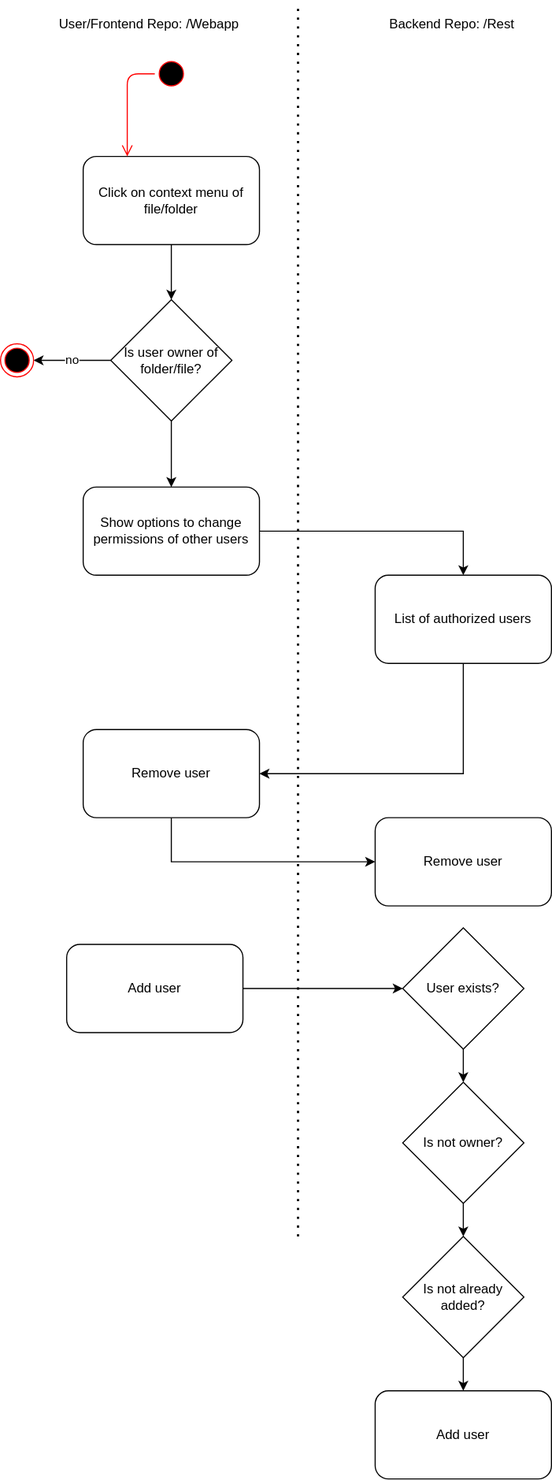
The draw.io diagram assets/diagrams/activity/crudPermissions.svg in FileFighter/filefighter.github.io, before a commit. Source tidied: cells renumbered, new cells last; positions are measured from the earlier drawing's top-left corner, leaving out a move shared by most shapes. Source of this version:
```xml
<mxGraphModel>
  <root>
    <mxCell id="0" />
    <mxCell id="1" parent="0" />
    <mxCell id="2" style="endArrow=none;dashed=1;html=1;dashPattern=1 3;strokeWidth=2;" parent="1" edge="1">
      <mxGeometry relative="1" as="geometry">
        <mxPoint x="270" y="1120" as="sourcePoint" />
        <mxPoint x="270" as="targetPoint" />
      </mxGeometry>
    </mxCell>
    <mxCell id="3" value="User/Frontend Repo: /Webapp" style="text;html=1;strokeColor=none;fillColor=none;align=center;verticalAlign=middle;whiteSpace=wrap;rounded=0;" parent="1" vertex="1">
      <mxGeometry x="50" y="10" width="170" height="20" as="geometry" />
    </mxCell>
    <mxCell id="4" value="Backend Repo: /Rest" style="text;html=1;strokeColor=none;fillColor=none;align=center;verticalAlign=middle;whiteSpace=wrap;rounded=0;" parent="1" vertex="1">
      <mxGeometry x="330" y="10" width="160" height="20" as="geometry" />
    </mxCell>
    <mxCell id="5" style="edgeStyle=orthogonalEdgeStyle;rounded=0;jettySize=auto;html=1;exitX=0.5;exitY=1;exitDx=0;exitDy=0;entryX=0.5;entryY=0;entryDx=0;entryDy=0;" parent="1" edge="1" source="6" target="11">
      <mxGeometry relative="1" as="geometry" />
    </mxCell>
    <mxCell id="6" value="Click on context menu of file/folder" style="shape=rect;html=1;rounded=1;whiteSpace=wrap;align=center;" parent="1" vertex="1">
      <mxGeometry x="75" y="140" width="160" height="80" as="geometry" />
    </mxCell>
    <mxCell id="7" style="ellipse;html=1;shape=startState;fillColor=#000000;strokeColor=#ff0000;" parent="1" vertex="1">
      <mxGeometry x="140" y="50" width="30" height="30" as="geometry" />
    </mxCell>
    <mxCell id="8" style="edgeStyle=orthogonalEdgeStyle;html=1;verticalAlign=bottom;endArrow=open;endSize=8;strokeColor=#ff0000;" parent="1" edge="1" source="7">
      <mxGeometry relative="1" as="geometry">
        <mxPoint x="115" y="140" as="targetPoint" />
      </mxGeometry>
    </mxCell>
    <mxCell id="9" value="no" style="edgeStyle=orthogonalEdgeStyle;rounded=0;jettySize=auto;html=1;exitX=0;exitY=0.5;exitDx=0;exitDy=0;" parent="1" edge="1" source="11" target="12">
      <mxGeometry relative="1" as="geometry" />
    </mxCell>
    <mxCell id="10" style="edgeStyle=orthogonalEdgeStyle;rounded=0;jettySize=auto;html=1;exitX=0.5;exitY=1;exitDx=0;exitDy=0;entryX=0.5;entryY=0;entryDx=0;entryDy=0;" parent="1" edge="1" source="11" target="14">
      <mxGeometry relative="1" as="geometry" />
    </mxCell>
    <mxCell id="11" value="Is user owner of folder/file?" style="rhombus;whiteSpace=wrap;html=1;" parent="1" vertex="1">
      <mxGeometry x="100" y="270" width="110" height="110" as="geometry" />
    </mxCell>
    <mxCell id="12" style="ellipse;html=1;shape=endState;fillColor=#000000;strokeColor=#ff0000;" parent="1" vertex="1">
      <mxGeometry y="310" width="30" height="30" as="geometry" />
    </mxCell>
    <mxCell id="13" style="edgeStyle=orthogonalEdgeStyle;rounded=0;jettySize=auto;html=1;exitX=1;exitY=0.5;exitDx=0;exitDy=0;entryX=0.5;entryY=0;entryDx=0;entryDy=0;" parent="1" edge="1" source="14" target="16">
      <mxGeometry relative="1" as="geometry" />
    </mxCell>
    <mxCell id="14" value="Show options to change permissions of other users" style="shape=rect;html=1;rounded=1;whiteSpace=wrap;align=center;" parent="1" vertex="1">
      <mxGeometry x="75" y="440" width="160" height="80" as="geometry" />
    </mxCell>
    <mxCell id="15" style="edgeStyle=orthogonalEdgeStyle;rounded=0;jettySize=auto;html=1;exitX=0.5;exitY=1;exitDx=0;exitDy=0;entryX=1;entryY=0.5;entryDx=0;entryDy=0;" parent="1" edge="1" source="16" target="18">
      <mxGeometry relative="1" as="geometry" />
    </mxCell>
    <mxCell id="16" value="List of authorized users" style="shape=rect;html=1;rounded=1;whiteSpace=wrap;align=center;" parent="1" vertex="1">
      <mxGeometry x="340" y="520" width="160" height="80" as="geometry" />
    </mxCell>
    <mxCell id="17" style="edgeStyle=orthogonalEdgeStyle;rounded=0;jettySize=auto;html=1;exitX=0.5;exitY=1;exitDx=0;exitDy=0;entryX=0;entryY=0.5;entryDx=0;entryDy=0;" parent="1" edge="1" source="18" target="19">
      <mxGeometry relative="1" as="geometry" />
    </mxCell>
    <mxCell id="18" value="Remove user" style="shape=rect;html=1;rounded=1;whiteSpace=wrap;align=center;" parent="1" vertex="1">
      <mxGeometry x="75" y="660" width="160" height="80" as="geometry" />
    </mxCell>
    <mxCell id="19" value="Remove user" style="shape=rect;html=1;rounded=1;whiteSpace=wrap;align=center;" parent="1" vertex="1">
      <mxGeometry x="340" y="740" width="160" height="80" as="geometry" />
    </mxCell>
    <mxCell id="20" style="edgeStyle=orthogonalEdgeStyle;rounded=0;jettySize=auto;html=1;entryX=0;entryY=0.5;entryDx=0;entryDy=0;" parent="1" edge="1" source="21" target="23">
      <mxGeometry relative="1" as="geometry" />
    </mxCell>
    <mxCell id="21" value="Add user" style="shape=rect;html=1;rounded=1;whiteSpace=wrap;align=center;" parent="1" vertex="1">
      <mxGeometry x="60" y="855" width="160" height="80" as="geometry" />
    </mxCell>
    <mxCell id="22" style="edgeStyle=orthogonalEdgeStyle;rounded=0;jettySize=auto;html=1;exitX=0.5;exitY=1;exitDx=0;exitDy=0;entryX=0.5;entryY=0;entryDx=0;entryDy=0;" parent="1" edge="1" source="23" target="25">
      <mxGeometry relative="1" as="geometry" />
    </mxCell>
    <mxCell id="23" value="User exists?" style="rhombus;whiteSpace=wrap;html=1;" parent="1" vertex="1">
      <mxGeometry x="365" y="840" width="110" height="110" as="geometry" />
    </mxCell>
    <mxCell id="24" style="edgeStyle=orthogonalEdgeStyle;rounded=0;jettySize=auto;html=1;exitX=0.5;exitY=1;exitDx=0;exitDy=0;entryX=0.5;entryY=0;entryDx=0;entryDy=0;" parent="1" edge="1" source="25" target="28">
      <mxGeometry relative="1" as="geometry" />
    </mxCell>
    <mxCell id="25" value="Is not owner?" style="rhombus;whiteSpace=wrap;html=1;" parent="1" vertex="1">
      <mxGeometry x="365" y="980" width="110" height="110" as="geometry" />
    </mxCell>
    <mxCell id="26" value="Add user" style="shape=rect;html=1;rounded=1;whiteSpace=wrap;align=center;" parent="1" vertex="1">
      <mxGeometry x="340" y="1260" width="160" height="80" as="geometry" />
    </mxCell>
    <mxCell id="27" style="edgeStyle=orthogonalEdgeStyle;rounded=0;jettySize=auto;html=1;exitX=0.5;exitY=1;exitDx=0;exitDy=0;entryX=0.5;entryY=0;entryDx=0;entryDy=0;" parent="1" edge="1" source="28" target="26">
      <mxGeometry relative="1" as="geometry" />
    </mxCell>
    <mxCell id="28" value="Is not already added?" style="rhombus;whiteSpace=wrap;html=1;" parent="1" vertex="1">
      <mxGeometry x="365" y="1120" width="110" height="110" as="geometry" />
    </mxCell>
  </root>
</mxGraphModel>
```
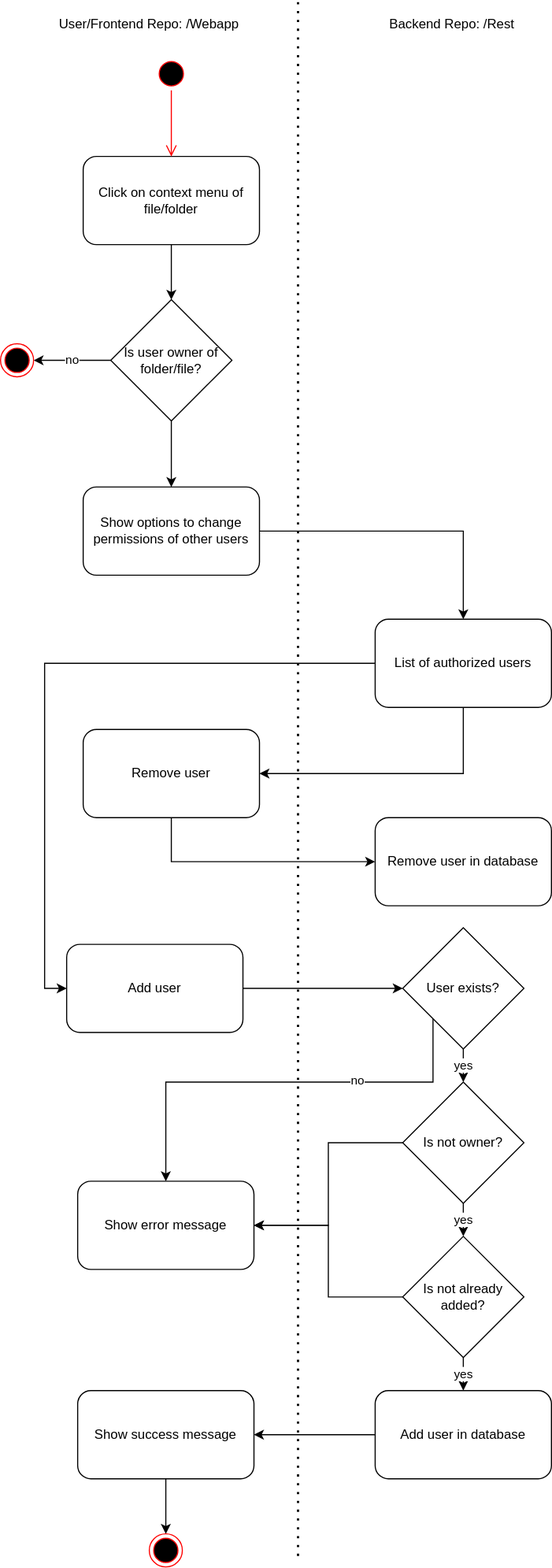
The same diagram one commit later.

Commit message:
added crudPermissions usecase

Change to the diagram source:
```diff
@@ -4,7 +4,7 @@
     <mxCell id="1" parent="0" />
     <mxCell id="2" style="endArrow=none;dashed=1;html=1;dashPattern=1 3;strokeWidth=2;" parent="1" edge="1">
       <mxGeometry relative="1" as="geometry">
-        <mxPoint x="270" y="1120" as="sourcePoint" />
+        <mxPoint x="270" y="1410" as="sourcePoint" />
         <mxPoint x="270" as="targetPoint" />
       </mxGeometry>
     </mxCell>
@@ -23,10 +23,8 @@
     <mxCell id="7" style="ellipse;html=1;shape=startState;fillColor=#000000;strokeColor=#ff0000;" parent="1" vertex="1">
       <mxGeometry x="140" y="50" width="30" height="30" as="geometry" />
     </mxCell>
-    <mxCell id="8" style="edgeStyle=orthogonalEdgeStyle;html=1;verticalAlign=bottom;endArrow=open;endSize=8;strokeColor=#ff0000;" parent="1" edge="1" source="7">
-      <mxGeometry relative="1" as="geometry">
-        <mxPoint x="115" y="140" as="targetPoint" />
-      </mxGeometry>
+    <mxCell id="8" style="edgeStyle=orthogonalEdgeStyle;html=1;verticalAlign=bottom;endArrow=open;endSize=8;strokeColor=#ff0000;exitX=0.5;exitY=1;exitDx=0;exitDy=0;entryX=0.5;entryY=0;entryDx=0;entryDy=0;" parent="1" edge="1" source="7" target="6">
+      <mxGeometry relative="1" as="geometry" />
     </mxCell>
     <mxCell id="9" value="no" style="edgeStyle=orthogonalEdgeStyle;rounded=0;jettySize=auto;html=1;exitX=0;exitY=0.5;exitDx=0;exitDy=0;" parent="1" edge="1" source="11" target="12">
       <mxGeometry relative="1" as="geometry" />
@@ -49,8 +47,11 @@
     <mxCell id="15" style="edgeStyle=orthogonalEdgeStyle;rounded=0;jettySize=auto;html=1;exitX=0.5;exitY=1;exitDx=0;exitDy=0;entryX=1;entryY=0.5;entryDx=0;entryDy=0;" parent="1" edge="1" source="16" target="18">
       <mxGeometry relative="1" as="geometry" />
     </mxCell>
+    <mxCell id="29" style="edgeStyle=orthogonalEdgeStyle;rounded=0;jettySize=auto;html=1;exitX=0;exitY=0.5;exitDx=0;exitDy=0;entryX=0;entryY=0.5;entryDx=0;entryDy=0;" parent="1" edge="1" source="16" target="21">
+      <mxGeometry relative="1" as="geometry" />
+    </mxCell>
     <mxCell id="16" value="List of authorized users" style="shape=rect;html=1;rounded=1;whiteSpace=wrap;align=center;" parent="1" vertex="1">
-      <mxGeometry x="340" y="520" width="160" height="80" as="geometry" />
+      <mxGeometry x="340" y="560" width="160" height="80" as="geometry" />
     </mxCell>
     <mxCell id="17" style="edgeStyle=orthogonalEdgeStyle;rounded=0;jettySize=auto;html=1;exitX=0.5;exitY=1;exitDx=0;exitDy=0;entryX=0;entryY=0.5;entryDx=0;entryDy=0;" parent="1" edge="1" source="18" target="19">
       <mxGeometry relative="1" as="geometry" />
@@ -58,7 +59,7 @@
     <mxCell id="18" value="Remove user" style="shape=rect;html=1;rounded=1;whiteSpace=wrap;align=center;" parent="1" vertex="1">
       <mxGeometry x="75" y="660" width="160" height="80" as="geometry" />
     </mxCell>
-    <mxCell id="19" value="Remove user" style="shape=rect;html=1;rounded=1;whiteSpace=wrap;align=center;" parent="1" vertex="1">
+    <mxCell id="19" value="Remove user in database" style="shape=rect;html=1;rounded=1;whiteSpace=wrap;align=center;" parent="1" vertex="1">
       <mxGeometry x="340" y="740" width="160" height="80" as="geometry" />
     </mxCell>
     <mxCell id="20" style="edgeStyle=orthogonalEdgeStyle;rounded=0;jettySize=auto;html=1;entryX=0;entryY=0.5;entryDx=0;entryDy=0;" parent="1" edge="1" source="21" target="23">
@@ -67,26 +68,58 @@
     <mxCell id="21" value="Add user" style="shape=rect;html=1;rounded=1;whiteSpace=wrap;align=center;" parent="1" vertex="1">
       <mxGeometry x="60" y="855" width="160" height="80" as="geometry" />
     </mxCell>
-    <mxCell id="22" style="edgeStyle=orthogonalEdgeStyle;rounded=0;jettySize=auto;html=1;exitX=0.5;exitY=1;exitDx=0;exitDy=0;entryX=0.5;entryY=0;entryDx=0;entryDy=0;" parent="1" edge="1" source="23" target="25">
+    <mxCell id="22" value="yes" style="edgeStyle=orthogonalEdgeStyle;rounded=0;jettySize=auto;html=1;exitX=0.5;exitY=1;exitDx=0;exitDy=0;entryX=0.5;entryY=0;entryDx=0;entryDy=0;" parent="1" edge="1" source="23" target="25">
       <mxGeometry relative="1" as="geometry" />
     </mxCell>
+    <mxCell id="30" style="edgeStyle=orthogonalEdgeStyle;rounded=0;jettySize=auto;html=1;exitX=0;exitY=1;exitDx=0;exitDy=0;" parent="1" edge="1" source="23" target="35">
+      <mxGeometry relative="1" as="geometry">
+        <Array as="points">
+          <mxPoint x="393" y="980" />
+          <mxPoint x="150" y="980" />
+        </Array>
+      </mxGeometry>
+    </mxCell>
+    <mxCell id="31" value="no" style="edgeLabel;html=1;align=center;verticalAlign=middle;" parent="30" vertex="1">
+      <mxGeometry x="-0.35" y="-1" relative="1" as="geometry" />
+    </mxCell>
     <mxCell id="23" value="User exists?" style="rhombus;whiteSpace=wrap;html=1;" parent="1" vertex="1">
       <mxGeometry x="365" y="840" width="110" height="110" as="geometry" />
     </mxCell>
-    <mxCell id="24" style="edgeStyle=orthogonalEdgeStyle;rounded=0;jettySize=auto;html=1;exitX=0.5;exitY=1;exitDx=0;exitDy=0;entryX=0.5;entryY=0;entryDx=0;entryDy=0;" parent="1" edge="1" source="25" target="28">
+    <mxCell id="24" value="yes" style="edgeStyle=orthogonalEdgeStyle;rounded=0;jettySize=auto;html=1;exitX=0.5;exitY=1;exitDx=0;exitDy=0;entryX=0.5;entryY=0;entryDx=0;entryDy=0;" parent="1" edge="1" source="25" target="28">
       <mxGeometry relative="1" as="geometry" />
     </mxCell>
+    <mxCell id="32" style="edgeStyle=orthogonalEdgeStyle;rounded=0;jettySize=auto;html=1;exitX=0;exitY=0.5;exitDx=0;exitDy=0;entryX=1;entryY=0.5;entryDx=0;entryDy=0;" parent="1" edge="1" source="25" target="35">
+      <mxGeometry relative="1" as="geometry" />
+    </mxCell>
     <mxCell id="25" value="Is not owner?" style="rhombus;whiteSpace=wrap;html=1;" parent="1" vertex="1">
       <mxGeometry x="365" y="980" width="110" height="110" as="geometry" />
     </mxCell>
+    <mxCell id="33" style="edgeStyle=orthogonalEdgeStyle;rounded=0;jettySize=auto;html=1;exitX=0;exitY=0.5;exitDx=0;exitDy=0;entryX=1;entryY=0.5;entryDx=0;entryDy=0;" parent="1" edge="1" source="26" target="37">
+      <mxGeometry relative="1" as="geometry" />
+    </mxCell>
-    <mxCell id="26" value="Add user" style="shape=rect;html=1;rounded=1;whiteSpace=wrap;align=center;" parent="1" vertex="1">
+    <mxCell id="26" value="Add user in database" style="shape=rect;html=1;rounded=1;whiteSpace=wrap;align=center;" parent="1" vertex="1">
       <mxGeometry x="340" y="1260" width="160" height="80" as="geometry" />
     </mxCell>
-    <mxCell id="27" style="edgeStyle=orthogonalEdgeStyle;rounded=0;jettySize=auto;html=1;exitX=0.5;exitY=1;exitDx=0;exitDy=0;entryX=0.5;entryY=0;entryDx=0;entryDy=0;" parent="1" edge="1" source="28" target="26">
+    <mxCell id="27" value="yes" style="edgeStyle=orthogonalEdgeStyle;rounded=0;jettySize=auto;html=1;exitX=0.5;exitY=1;exitDx=0;exitDy=0;entryX=0.5;entryY=0;entryDx=0;entryDy=0;" parent="1" edge="1" source="28" target="26">
       <mxGeometry relative="1" as="geometry" />
     </mxCell>
+    <mxCell id="34" style="edgeStyle=orthogonalEdgeStyle;rounded=0;jettySize=auto;html=1;exitX=0;exitY=0.5;exitDx=0;exitDy=0;entryX=1;entryY=0.5;entryDx=0;entryDy=0;" parent="1" edge="1" source="28" target="35">
+      <mxGeometry relative="1" as="geometry" />
+    </mxCell>
     <mxCell id="28" value="Is not already added?" style="rhombus;whiteSpace=wrap;html=1;" parent="1" vertex="1">
       <mxGeometry x="365" y="1120" width="110" height="110" as="geometry" />
     </mxCell>
+    <mxCell id="35" value="Show error message" style="shape=rect;html=1;rounded=1;whiteSpace=wrap;align=center;" parent="1" vertex="1">
+      <mxGeometry x="70" y="1070" width="160" height="80" as="geometry" />
+    </mxCell>
+    <mxCell id="36" style="edgeStyle=orthogonalEdgeStyle;rounded=0;jettySize=auto;html=1;exitX=0.5;exitY=1;exitDx=0;exitDy=0;entryX=0.5;entryY=0;entryDx=0;entryDy=0;" parent="1" edge="1" source="37" target="38">
+      <mxGeometry relative="1" as="geometry" />
+    </mxCell>
+    <mxCell id="37" value="Show success message" style="shape=rect;html=1;rounded=1;whiteSpace=wrap;align=center;" parent="1" vertex="1">
+      <mxGeometry x="70" y="1260" width="160" height="80" as="geometry" />
+    </mxCell>
+    <mxCell id="38" style="ellipse;html=1;shape=endState;fillColor=#000000;strokeColor=#ff0000;" parent="1" vertex="1">
+      <mxGeometry x="135" y="1390" width="30" height="30" as="geometry" />
+    </mxCell>
   </root>
 </mxGraphModel>
```
